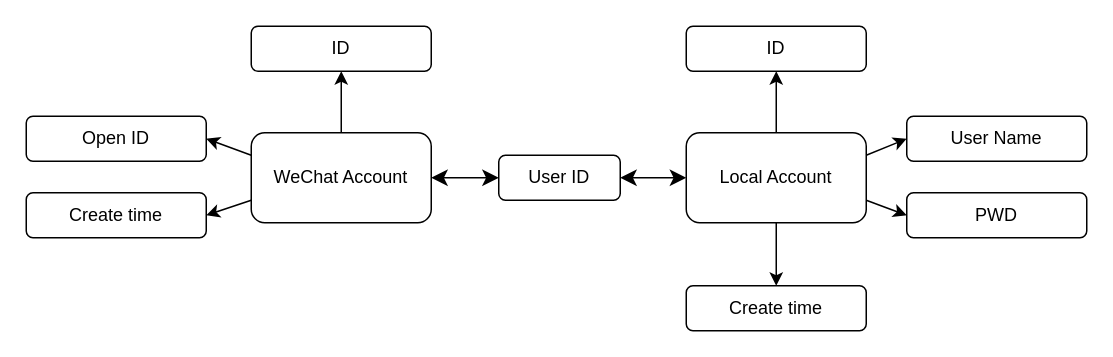
Above: page "User Account" (3 of 3) of Entities.drawio in ProJBH/full_stack_web_design (draw.io), before the change. Source tidied: cells renumbered, new cells numbered last; positions are measured from the earlier drawing's top-left corner, leaving out a move shared by most shapes. Both pictures are drawn from the tidied source at 150%, with x=0, y=0 at pixel (26, 26).
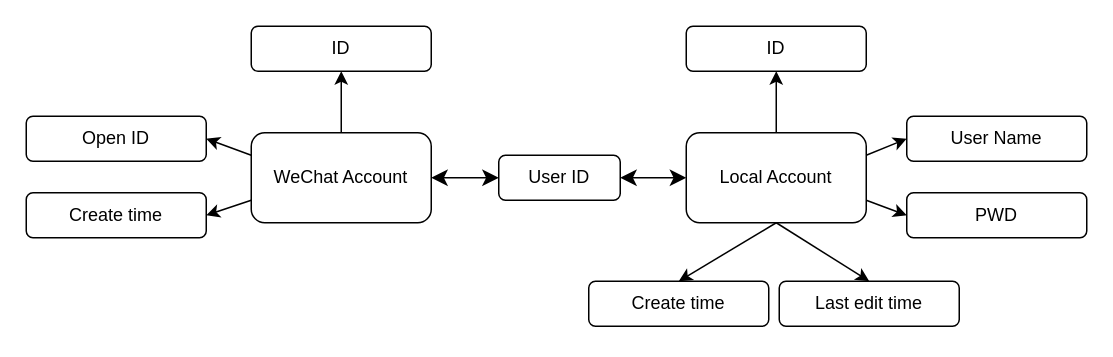
The same page after the edit.

Commit message:
update user account

Unchanged cells that the change refers to:
```xml
<mxCell id="9" value="Local Account" style="rounded=1;whiteSpace=wrap;html=1;" parent="1" vertex="1">
  <mxGeometry x="440" y="71" width="120" height="60" as="geometry" />
</mxCell>
```

What changed in the source:
```diff
@@
-    <mxCell id="19" value="Create time" style="rounded=1;whiteSpace=wrap;html=1;" parent="1" vertex="1">
-      <mxGeometry x="440" y="173" width="120" height="30" as="geometry" />
+    <mxCell id="19" value="Last edit time" style="rounded=1;whiteSpace=wrap;html=1;" parent="1" vertex="1">
+      <mxGeometry x="502" y="170" width="120" height="30" as="geometry" />
     </mxCell>
@@
+    <mxCell id="21" value="Create time" style="rounded=1;whiteSpace=wrap;html=1;" parent="1" vertex="1">
+      <mxGeometry x="375" y="170" width="120" height="30" as="geometry" />
+    </mxCell>
+    <mxCell id="22" style="endArrow=classic;html=1;rounded=0;exitX=0.5;exitY=1;exitDx=0;exitDy=0;entryX=0.5;entryY=0;entryDx=0;entryDy=0;" parent="1" edge="1" source="9" target="21">
+      <mxGeometry relative="1" as="geometry" />
+    </mxCell>
```
